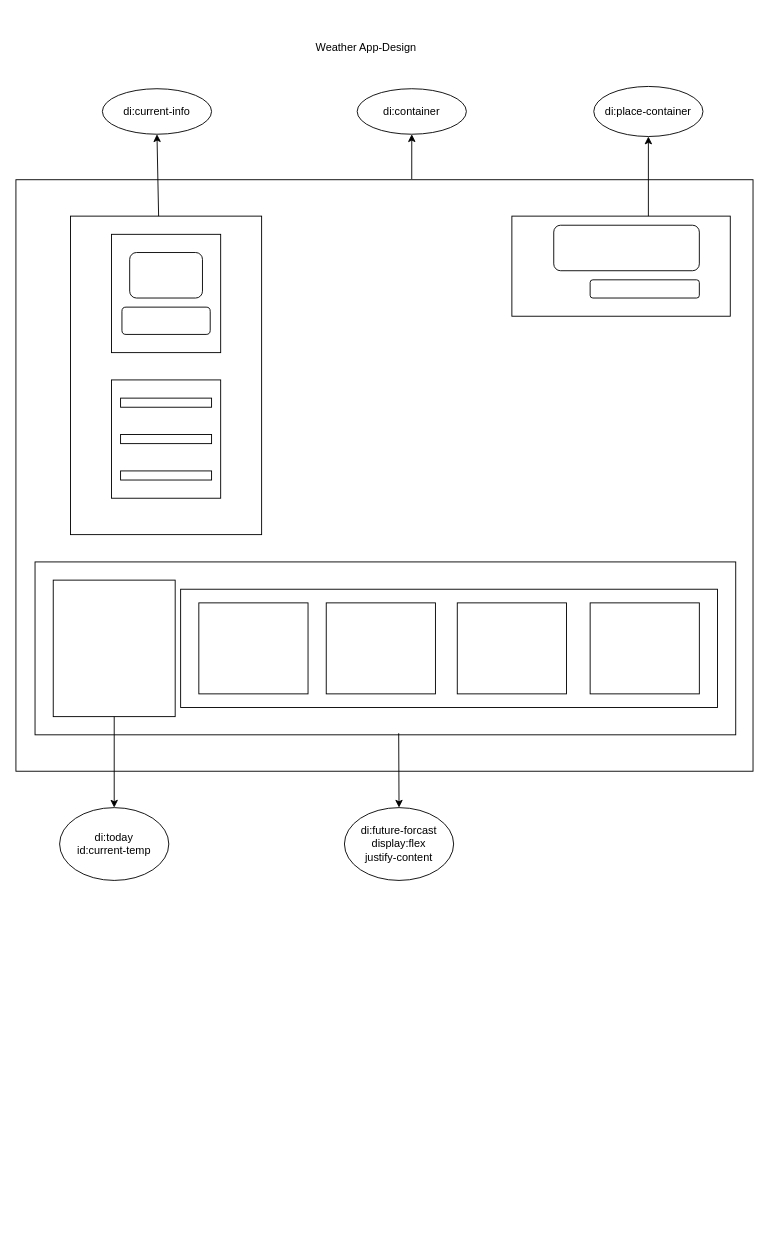
Above: Untitled.drawio in JagjeetSA/Weather (draw.io), before the change. Source tidied: cells renumbered, new cells numbered last; positions are measured from the earlier drawing's top-left corner, leaving out a move shared by most shapes. Both pictures are drawn from the tidied source at 91%, with x=0, y=0 at pixel (15, 15).
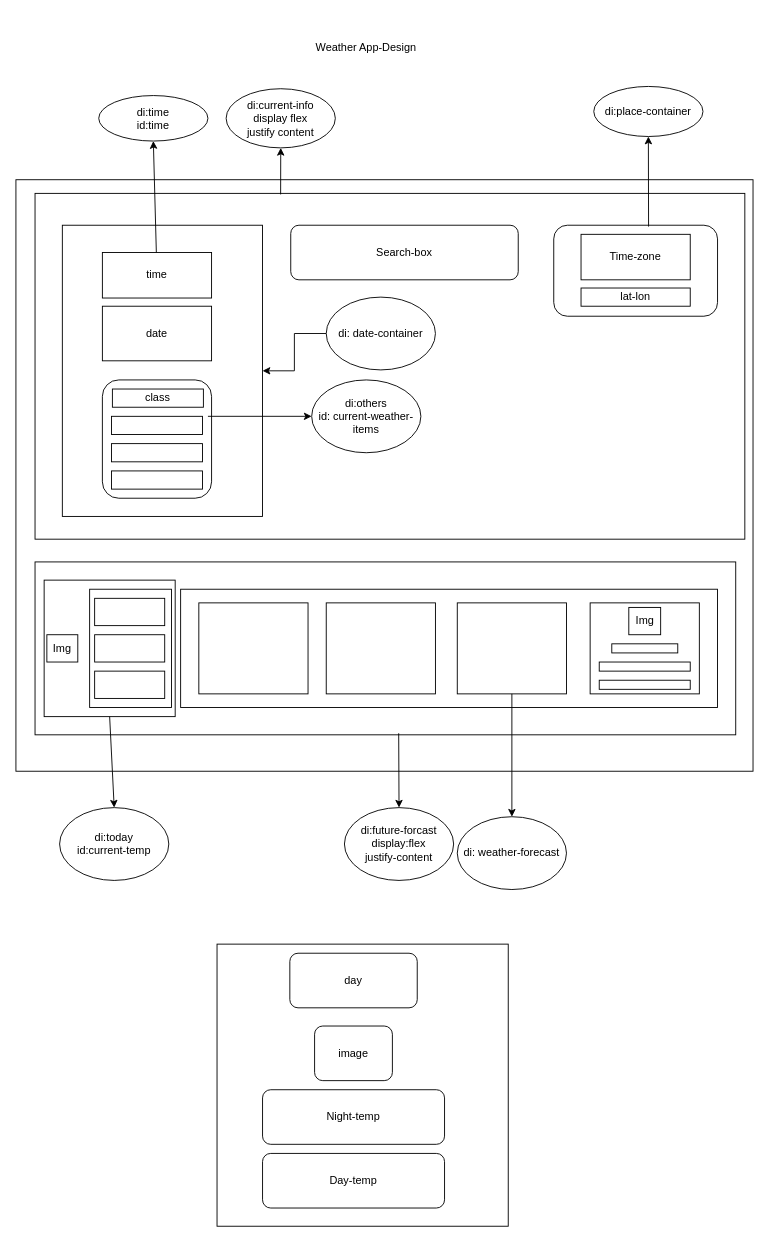
The same page after the edit.

The change refers to these unchanged cells:
```xml
<mxCell id="2" style="rounded=0;whiteSpace=wrap;html=1;" parent="1" vertex="1">
  <mxGeometry y="180" width="810" height="650" as="geometry" />
</mxCell>
<mxCell id="18" value="di:place-container" style="ellipse;whiteSpace=wrap;html=1;" parent="1" vertex="1">
  <mxGeometry x="635" y="77.5" width="120" height="55" as="geometry" />
</mxCell>
<mxCell id="25" style="rounded=0;whiteSpace=wrap;html=1;" parent="1" vertex="1">
  <mxGeometry x="485" y="645" width="120" height="100" as="geometry" />
</mxCell>
```

What changed in the source:
```diff
@@
-    <mxCell id="3" style="rounded=0;whiteSpace=wrap;html=1;" parent="1" vertex="1">
-      <mxGeometry x="60" y="220" width="210" height="350" as="geometry" />
-    </mxCell>
-    <mxCell id="4" style="rounded=0;whiteSpace=wrap;html=1;" parent="1" vertex="1">
-      <mxGeometry x="105" y="400" width="120" height="130" as="geometry" />
-    </mxCell>
@@
-    <mxCell id="6" style="rounded=0;whiteSpace=wrap;html=1;" parent="1" vertex="1">
-      <mxGeometry x="545" y="220" width="240" height="110" as="geometry" />
-    </mxCell>
     <mxCell id="7" style="rounded=0;whiteSpace=wrap;html=1;" parent="1" vertex="1">
-      <mxGeometry x="41" y="620" width="134" height="150" as="geometry" />
+      <mxGeometry x="31" y="620" width="144" height="150" as="geometry" />
     </mxCell>
-    <mxCell id="8" style="rounded=0;whiteSpace=wrap;html=1;" parent="1" vertex="1">
-      <mxGeometry x="115" y="420" width="100" height="10" as="geometry" />
-    </mxCell>
-    <mxCell id="9" style="rounded=0;whiteSpace=wrap;html=1;" parent="1" vertex="1">
-      <mxGeometry x="115" y="460" width="100" height="10" as="geometry" />
-    </mxCell>
-    <mxCell id="10" style="rounded=0;whiteSpace=wrap;html=1;" parent="1" vertex="1">
-      <mxGeometry x="115" y="500" width="100" height="10" as="geometry" />
-    </mxCell>
@@
-    <mxCell id="12" value="di:container&lt;br&gt;" style="ellipse;whiteSpace=wrap;html=1;" parent="1" vertex="1">
-      <mxGeometry x="375" y="80" width="120" height="50" as="geometry" />
-    </mxCell>
-    <mxCell id="13" style="endArrow=classic;html=1;rounded=0;entryX=0.5;entryY=1;entryDx=0;entryDy=0;exitX=0.537;exitY=-0.001;exitDx=0;exitDy=0;exitPerimeter=0;" parent="1" edge="1" source="2" target="12">
-      <mxGeometry relative="1" as="geometry" />
-    </mxCell>
@@
-    <mxCell id="16" value="di:current-info&lt;br&gt;" style="ellipse;whiteSpace=wrap;html=1;" parent="1" vertex="1">
-      <mxGeometry x="95" y="80" width="120" height="50" as="geometry" />
+    <mxCell id="16" value="di:time&lt;br&gt;id:time" style="ellipse;whiteSpace=wrap;html=1;" parent="1" vertex="1">
+      <mxGeometry x="91" y="87.5" width="120" height="50" as="geometry" />
     </mxCell>
-    <mxCell id="17" style="endArrow=classic;html=1;rounded=0;entryX=0.5;entryY=1;entryDx=0;entryDy=0;exitX=0.461;exitY=0;exitDx=0;exitDy=0;exitPerimeter=0;" parent="1" edge="1" source="3" target="16">
-      <mxGeometry relative="1" as="geometry" />
-    </mxCell>
@@
-    <mxCell id="19" style="endArrow=classic;html=1;rounded=0;entryX=0.5;entryY=1;entryDx=0;entryDy=0;" parent="1" edge="1" target="18">
-      <mxGeometry relative="1" as="geometry">
-        <mxPoint x="695" y="220" as="sourcePoint" />
-      </mxGeometry>
-    </mxCell>
-    <mxCell id="20" style="rounded=1;whiteSpace=wrap;html=1;" parent="1" vertex="1">
-      <mxGeometry x="591" y="230" width="160" height="50" as="geometry" />
-    </mxCell>
-    <mxCell id="21" style="rounded=1;whiteSpace=wrap;html=1;" parent="1" vertex="1">
-      <mxGeometry x="631" y="290" width="120" height="20" as="geometry" />
-    </mxCell>
@@
-    <mxCell id="29" style="rounded=0;whiteSpace=wrap;html=1;" parent="1" vertex="1">
-      <mxGeometry x="105" y="240" width="120" height="130" as="geometry" />
-    </mxCell>
-    <mxCell id="30" style="rounded=1;whiteSpace=wrap;html=1;" parent="1" vertex="1">
-      <mxGeometry x="125" y="260" width="80" height="50" as="geometry" />
-    </mxCell>
-    <mxCell id="31" style="rounded=1;whiteSpace=wrap;html=1;" parent="1" vertex="1">
-      <mxGeometry x="116.5" y="320" width="97" height="30" as="geometry" />
-    </mxCell>
+    <mxCell id="32" style="rounded=0;whiteSpace=wrap;html=1;" parent="1" vertex="1">
+      <mxGeometry x="21" y="195" width="780" height="380" as="geometry" />
+    </mxCell>
+    <mxCell id="33" value="Search-box" style="rounded=1;whiteSpace=wrap;html=1;" parent="1" vertex="1">
+      <mxGeometry x="302" y="230" width="250" height="60" as="geometry" />
+    </mxCell>
+    <mxCell id="34" style="rounded=1;whiteSpace=wrap;html=1;" parent="1" vertex="1">
+      <mxGeometry x="591" y="230" width="180" height="100" as="geometry" />
+    </mxCell>
+    <mxCell id="35" value="Time-zone" style="rounded=0;whiteSpace=wrap;html=1;" parent="1" vertex="1">
+      <mxGeometry x="621" y="240" width="120" height="50" as="geometry" />
+    </mxCell>
+    <mxCell id="36" value="lat-lon" style="rounded=0;whiteSpace=wrap;html=1;" parent="1" vertex="1">
+      <mxGeometry x="621" y="299" width="120" height="20" as="geometry" />
+    </mxCell>
+    <mxCell id="37" value="di: weather-forecast" style="ellipse;whiteSpace=wrap;html=1;" parent="1" vertex="1">
+      <mxGeometry x="485" y="880" width="120" height="80" as="geometry" />
+    </mxCell>
+    <mxCell id="38" style="endArrow=classic;html=1;rounded=0;entryX=0.5;entryY=0;entryDx=0;entryDy=0;" parent="1" edge="1" source="25" target="37">
+      <mxGeometry relative="1" as="geometry" />
+    </mxCell>
+    <mxCell id="39" style="rounded=0;whiteSpace=wrap;html=1;" parent="1" vertex="1">
+      <mxGeometry x="654.8" y="690" width="72.5" height="10" as="geometry" />
+    </mxCell>
+    <mxCell id="40" style="rounded=0;whiteSpace=wrap;html=1;" parent="1" vertex="1">
+      <mxGeometry x="641" y="730" width="100" height="10" as="geometry" />
+    </mxCell>
+    <mxCell id="41" value="Img" style="rounded=0;whiteSpace=wrap;html=1;" parent="1" vertex="1">
+      <mxGeometry x="673.5" y="650" width="35" height="30" as="geometry" />
+    </mxCell>
+    <mxCell id="42" value="di:others&lt;br&gt;id: current-weather-items" style="ellipse;whiteSpace=wrap;html=1;" parent="1" vertex="1">
+      <mxGeometry x="325" y="400" width="120" height="80" as="geometry" />
+    </mxCell>
+    <mxCell id="43" style="rounded=0;whiteSpace=wrap;html=1;" parent="1" vertex="1">
+      <mxGeometry x="51" y="230" width="220" height="320" as="geometry" />
+    </mxCell>
+    <mxCell id="44" value="time" style="rounded=0;whiteSpace=wrap;html=1;" parent="1" vertex="1">
+      <mxGeometry x="95" y="260" width="120" height="50" as="geometry" />
+    </mxCell>
+    <mxCell id="45" value="date" style="rounded=0;whiteSpace=wrap;html=1;" parent="1" vertex="1">
+      <mxGeometry x="95" y="319" width="120" height="60" as="geometry" />
+    </mxCell>
+    <mxCell id="46" style="rounded=1;whiteSpace=wrap;html=1;" parent="1" vertex="1">
+      <mxGeometry x="95" y="400" width="120" height="130" as="geometry" />
+    </mxCell>
+    <mxCell id="47" value="class" style="rounded=0;whiteSpace=wrap;html=1;" parent="1" vertex="1">
+      <mxGeometry x="106" y="410" width="100" height="20" as="geometry" />
+    </mxCell>
+    <mxCell id="48" style="rounded=0;whiteSpace=wrap;html=1;" parent="1" vertex="1">
+      <mxGeometry x="105" y="440" width="100" height="20" as="geometry" />
+    </mxCell>
+    <mxCell id="49" style="rounded=0;whiteSpace=wrap;html=1;" parent="1" vertex="1">
+      <mxGeometry x="105" y="470" width="100" height="20" as="geometry" />
+    </mxCell>
+    <mxCell id="50" style="rounded=0;whiteSpace=wrap;html=1;" parent="1" vertex="1">
+      <mxGeometry x="105" y="500" width="100" height="20" as="geometry" />
+    </mxCell>
+    <mxCell id="51" style="endArrow=classic;html=1;rounded=0;entryX=0;entryY=0.5;entryDx=0;entryDy=0;" parent="1" edge="1" target="42">
+      <mxGeometry relative="1" as="geometry">
+        <mxPoint x="211" y="440" as="sourcePoint" />
+      </mxGeometry>
+    </mxCell>
+    <mxCell id="52" style="edgeStyle=orthogonalEdgeStyle;rounded=0;jettySize=auto;html=1;" parent="1" edge="1" source="53" target="43">
+      <mxGeometry relative="1" as="geometry" />
+    </mxCell>
+    <mxCell id="53" value="di: date-container" style="ellipse;whiteSpace=wrap;html=1;" parent="1" vertex="1">
+      <mxGeometry x="341" y="309" width="120" height="80" as="geometry" />
+    </mxCell>
+    <mxCell id="54" style="endArrow=classic;html=1;rounded=0;entryX=0.5;entryY=1;entryDx=0;entryDy=0;exitX=0.579;exitY=0.015;exitDx=0;exitDy=0;exitPerimeter=0;" parent="1" edge="1" source="34" target="18">
+      <mxGeometry relative="1" as="geometry" />
+    </mxCell>
+    <mxCell id="55" value="di:current-info&lt;br&gt;display flex&lt;br&gt;justify content" style="ellipse;whiteSpace=wrap;html=1;" parent="1" vertex="1">
+      <mxGeometry x="231" y="80" width="120" height="65" as="geometry" />
+    </mxCell>
+    <mxCell id="56" style="endArrow=classic;html=1;rounded=0;entryX=0.5;entryY=1;entryDx=0;entryDy=0;exitX=0.346;exitY=0.003;exitDx=0;exitDy=0;exitPerimeter=0;" parent="1" edge="1" source="32" target="55">
+      <mxGeometry relative="1" as="geometry" />
+    </mxCell>
+    <mxCell id="57" value="Img" style="rounded=0;whiteSpace=wrap;html=1;" parent="1" vertex="1">
+      <mxGeometry x="34" y="680" width="34" height="30" as="geometry" />
+    </mxCell>
+    <mxCell id="58" style="endArrow=classic;html=1;rounded=0;entryX=0.5;entryY=1;entryDx=0;entryDy=0;" parent="1" edge="1" source="44" target="16">
+      <mxGeometry relative="1" as="geometry" />
+    </mxCell>
+    <mxCell id="59" style="rounded=0;whiteSpace=wrap;html=1;" parent="1" vertex="1">
+      <mxGeometry x="81" y="630" width="90" height="130" as="geometry" />
+    </mxCell>
+    <mxCell id="60" style="rounded=0;whiteSpace=wrap;html=1;" parent="1" vertex="1">
+      <mxGeometry x="86.5" y="640" width="77" height="30" as="geometry" />
+    </mxCell>
+    <mxCell id="61" style="rounded=0;whiteSpace=wrap;html=1;" parent="1" vertex="1">
+      <mxGeometry x="86.5" y="680" width="77" height="30" as="geometry" />
+    </mxCell>
+    <mxCell id="62" style="rounded=0;whiteSpace=wrap;html=1;" parent="1" vertex="1">
+      <mxGeometry x="86.5" y="720" width="77" height="30" as="geometry" />
+    </mxCell>
+    <mxCell id="63" style="rounded=0;whiteSpace=wrap;html=1;" parent="1" vertex="1">
+      <mxGeometry x="641" y="710" width="100" height="10" as="geometry" />
+    </mxCell>
+    <mxCell id="64" style="rounded=0;whiteSpace=wrap;html=1;" parent="1" vertex="1">
+      <mxGeometry x="221" y="1020" width="320" height="310" as="geometry" />
+    </mxCell>
+    <mxCell id="65" value="day" style="rounded=1;whiteSpace=wrap;html=1;" parent="1" vertex="1">
+      <mxGeometry x="301" y="1030" width="140" height="60" as="geometry" />
+    </mxCell>
+    <mxCell id="66" value="image" style="rounded=1;whiteSpace=wrap;html=1;" parent="1" vertex="1">
+      <mxGeometry x="328.2" y="1110" width="85.5" height="60" as="geometry" />
+    </mxCell>
+    <mxCell id="67" value="Day-temp" style="rounded=1;whiteSpace=wrap;html=1;" parent="1" vertex="1">
+      <mxGeometry x="271" y="1250" width="200" height="60" as="geometry" />
+    </mxCell>
+    <mxCell id="68" value="Night-temp" style="rounded=1;whiteSpace=wrap;html=1;" parent="1" vertex="1">
+      <mxGeometry x="271" y="1180" width="200" height="60" as="geometry" />
+    </mxCell>
```
